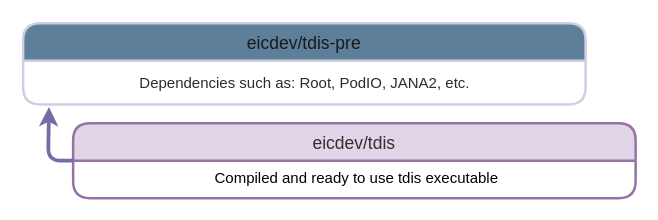
Above: docs/_media/image-hierarhy.drawio in JeffersonLab/tdis (draw.io), before the change. Source tidied: cells renumbered, new cells numbered last; positions are measured from the earlier drawing's top-left corner, leaving out a move shared by most shapes. Both pictures are drawn from the tidied source at 125%, with x=0, y=0 at pixel (22, 22).
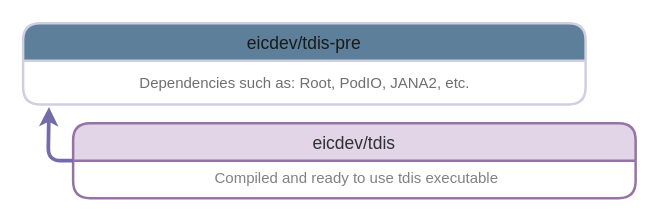
The same page after the edit.

The edit, as a diff of the source:
```diff
@@
 <mxGraphModel>
   <root>
     <mxCell id="0" />
     <mxCell id="1" parent="0" />
     <mxCell id="2" value="eicdev/tdis-pre" style="swimlane;horizontal=1;startSize=30;fillColor=#5D7F99;rounded=1;fontSize=14;fontStyle=0;strokeWidth=2;shadow=0;dashed=0;align=center;strokeColor=#D0CEE2;fontColor=#1A1A1A;labelBackgroundColor=none;" parent="1" vertex="1">
       <mxGeometry width="450" height="65" as="geometry" />
     </mxCell>
-    <mxCell id="3" value="&lt;span&gt;Dependencies such as: Root, PodIO, JANA2, etc.&lt;/span&gt;" style="text;html=1;align=center;verticalAlign=middle;points=[];labelBackgroundColor=none;fontColor=light-dark(#2C2C2C,#BDBDBD);glass=0;rounded=0;" parent="2" vertex="1">
+    <mxCell id="3" value="&lt;span&gt;&lt;font style=&quot;color: rgb(111, 111, 111);&quot;&gt;Dependencies such as: Root, PodIO, JANA2, etc.&lt;/font&gt;&lt;/span&gt;" style="text;html=1;align=center;verticalAlign=middle;points=[];labelBackgroundColor=none;fontColor=light-dark(#2C2C2C,#BDBDBD);glass=0;rounded=0;" parent="2" vertex="1">
       <mxGeometry y="30" width="450" height="35" as="geometry" />
     </mxCell>
     <mxCell id="4" value="eicdev/tdis" style="swimlane;horizontal=1;startSize=30;fillColor=#e1d5e7;rounded=1;fontSize=14;fontStyle=0;strokeWidth=2;shadow=0;dashed=0;align=center;strokeColor=#9673a6;labelBackgroundColor=none;fontColor=#313131;" parent="1" vertex="1">
       <mxGeometry x="40" y="80" width="450" height="60" as="geometry" />
     </mxCell>
-    <mxCell id="5" value="Compiled and ready to use tdis executable" style="align=center;strokeColor=none;fillColor=none;spacingLeft=4;fontSize=12;verticalAlign=top;fontColor=default;labelBackgroundColor=none;" parent="4" vertex="1">
+    <mxCell id="5" value="Compiled and ready to use tdis executable" style="align=center;strokeColor=none;fillColor=none;spacingLeft=4;fontSize=12;verticalAlign=top;fontColor=#818181;labelBackgroundColor=none;" parent="4" vertex="1">
       <mxGeometry y="30" width="450" height="30" as="geometry" />
     </mxCell>
     <mxCell id="6" style="endArrow=classic;html=1;strokeWidth=3;exitX=0;exitY=0.5;exitDx=0;exitDy=0;entryX=0.046;entryY=1.061;entryDx=0;entryDy=0;entryPerimeter=0;labelBackgroundColor=none;strokeColor=#736CA8;fontColor=default;" parent="1" edge="1" target="3">
       <mxGeometry relative="1" as="geometry">
         <mxPoint x="40" y="110" as="sourcePoint" />
         <Array as="points">
           <mxPoint x="20" y="110" />
         </Array>
       </mxGeometry>
     </mxCell>
   </root>
 </mxGraphModel>
```
